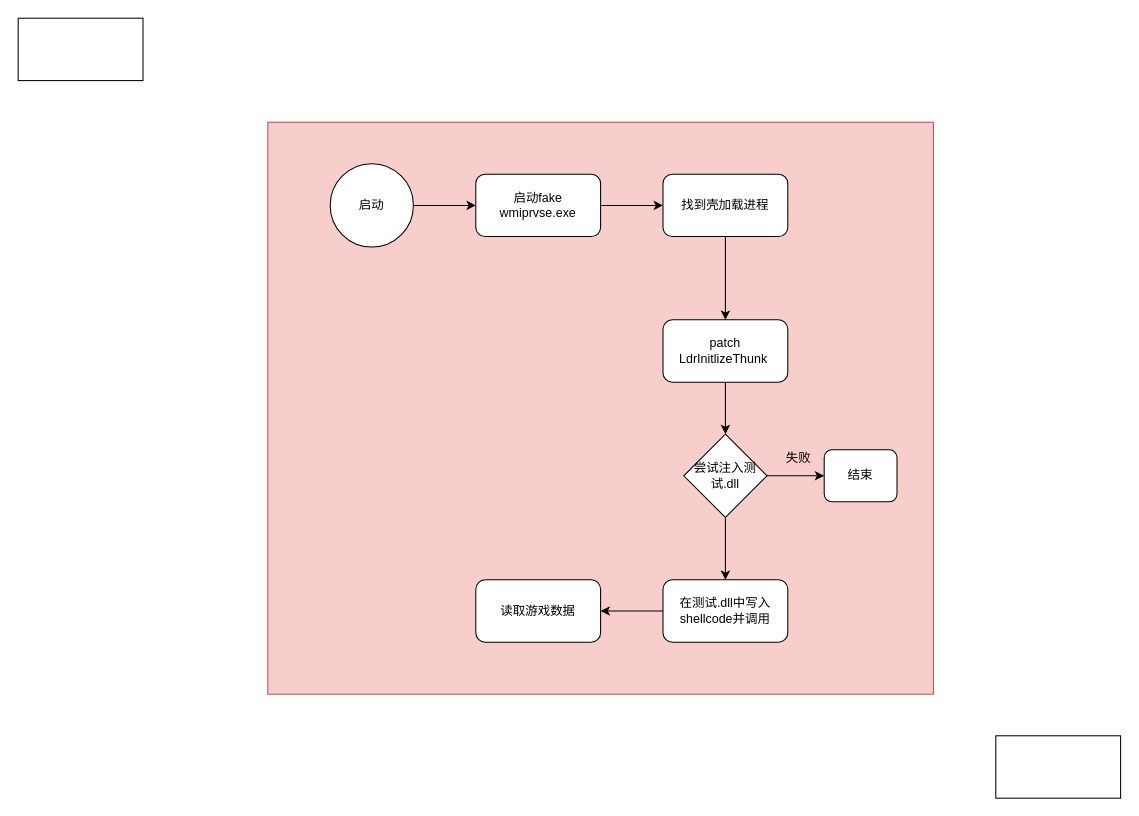
The draw.io diagram testDirectory/花蝴蝶.drawio in Moose1273/-, before the edit. Source tidied: cells renumbered, new cells numbered last; positions are measured from the earlier drawing's top-left corner, leaving out a move shared by most shapes. Both pictures are drawn from the tidied source at 104%, with x=0, y=0 at pixel (18, 18).
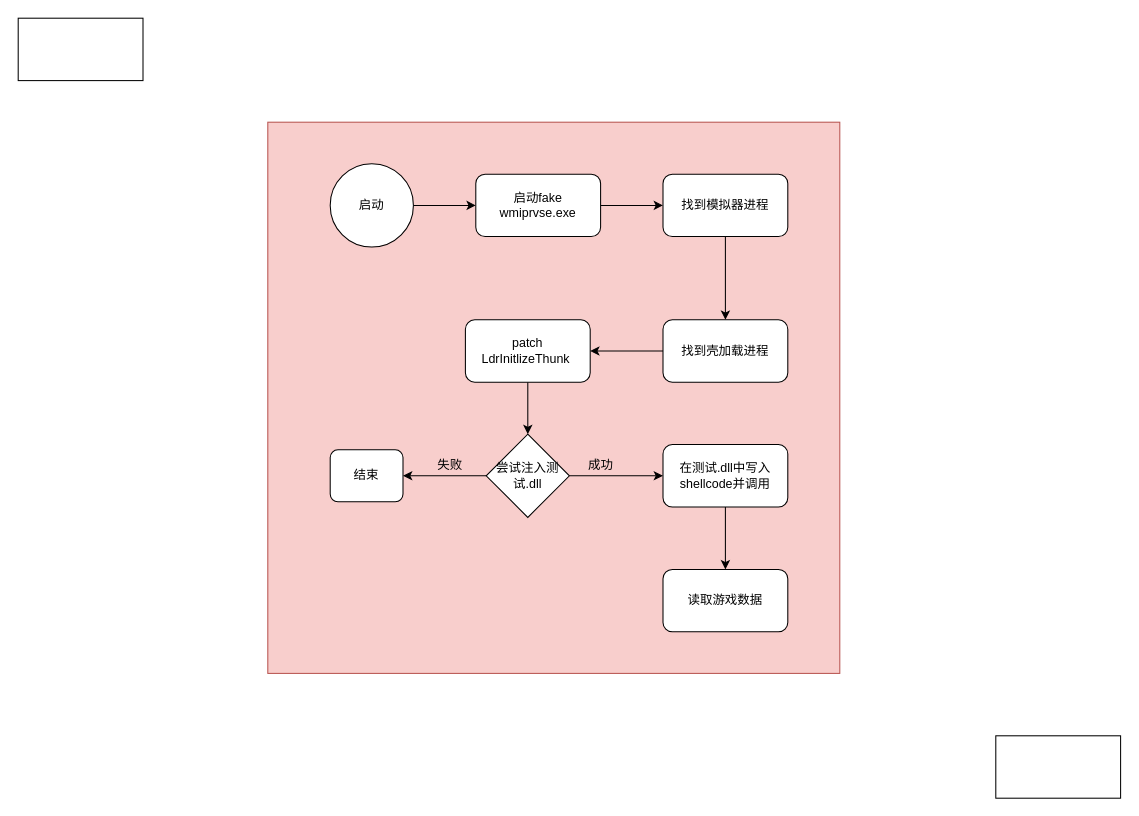
The same diagram, later.

Commit message (it also covers changes not shown here):
更新花蝴蝶.drawio

Diff of the diagram source:
```diff
@@
     <mxCell id="2" style="rounded=0;whiteSpace=wrap;html=1;fillColor=#f8cecc;strokeColor=#b85450;" parent="1" vertex="1">
-      <mxGeometry x="240" y="100" width="640" height="550" as="geometry" />
+      <mxGeometry x="240" y="100" width="550" height="530" as="geometry" />
     </mxCell>
@@
-    <mxCell id="8" style="edgeStyle=orthogonalEdgeStyle;rounded=0;jettySize=auto;html=1;" parent="1" edge="1" source="9" target="13">
-      <mxGeometry relative="1" as="geometry" />
-    </mxCell>
+    <mxCell id="21" style="edgeStyle=orthogonalEdgeStyle;rounded=0;jettySize=auto;html=1;" parent="1" edge="1" source="9" target="23">
+      <mxGeometry relative="1" as="geometry" />
+    </mxCell>
-    <mxCell id="9" value="找到壳加载进程" style="rounded=1;whiteSpace=wrap;html=1;" parent="1" vertex="1">
+    <mxCell id="9" value="找到模拟器进程" style="rounded=1;whiteSpace=wrap;html=1;" parent="1" vertex="1">
       <mxGeometry x="620" y="150" width="120" height="60" as="geometry" />
     </mxCell>
@@
     <mxCell id="11" value="尝试注入测试.dll" style="rhombus;whiteSpace=wrap;html=1;" parent="1" vertex="1">
-      <mxGeometry x="640" y="400" width="80" height="80" as="geometry" />
+      <mxGeometry x="450" y="400" width="80" height="80" as="geometry" />
     </mxCell>
@@
     <mxCell id="13" value="patch LdrInitlizeThunk&amp;nbsp;" style="whiteSpace=wrap;html=1;rounded=1;" parent="1" vertex="1">
-      <mxGeometry x="620" y="290" width="120" height="60" as="geometry" />
+      <mxGeometry x="430" y="290" width="120" height="60" as="geometry" />
     </mxCell>
     <mxCell id="14" value="结束" style="rounded=1;whiteSpace=wrap;html=1;" parent="1" vertex="1">
-      <mxGeometry x="775" y="415" width="70" height="50" as="geometry" />
+      <mxGeometry x="300" y="415" width="70" height="50" as="geometry" />
     </mxCell>
     <mxCell id="15" value="失败" style="text;html=1;align=center;verticalAlign=middle;strokeColor=none;fillColor=none;" parent="1" vertex="1">
-      <mxGeometry x="725" y="408" width="50" height="30" as="geometry" />
+      <mxGeometry x="390" y="415" width="50" height="30" as="geometry" />
     </mxCell>
@@
     <mxCell id="17" value="在测试.dll中写入shellcode并调用" style="rounded=1;whiteSpace=wrap;html=1;" parent="1" vertex="1">
-      <mxGeometry x="620" y="540" width="120" height="60" as="geometry" />
+      <mxGeometry x="620" y="410" width="120" height="60" as="geometry" />
     </mxCell>
     <mxCell id="18" value="读取游戏数据" style="rounded=1;whiteSpace=wrap;html=1;" parent="1" vertex="1">
-      <mxGeometry x="440" y="540" width="120" height="60" as="geometry" />
+      <mxGeometry x="620" y="530" width="120" height="60" as="geometry" />
     </mxCell>
@@
+    <mxCell id="22" style="edgeStyle=orthogonalEdgeStyle;rounded=0;jettySize=auto;html=1;" parent="1" edge="1" source="23" target="13">
+      <mxGeometry relative="1" as="geometry" />
+    </mxCell>
+    <mxCell id="23" value="找到壳加载进程" style="rounded=1;whiteSpace=wrap;html=1;" parent="1" vertex="1">
+      <mxGeometry x="620" y="290" width="120" height="60" as="geometry" />
+    </mxCell>
+    <mxCell id="24" value="成功" style="text;html=1;align=center;verticalAlign=middle;strokeColor=none;fillColor=none;" parent="1" vertex="1">
+      <mxGeometry x="535" y="415" width="50" height="30" as="geometry" />
+    </mxCell>
```
